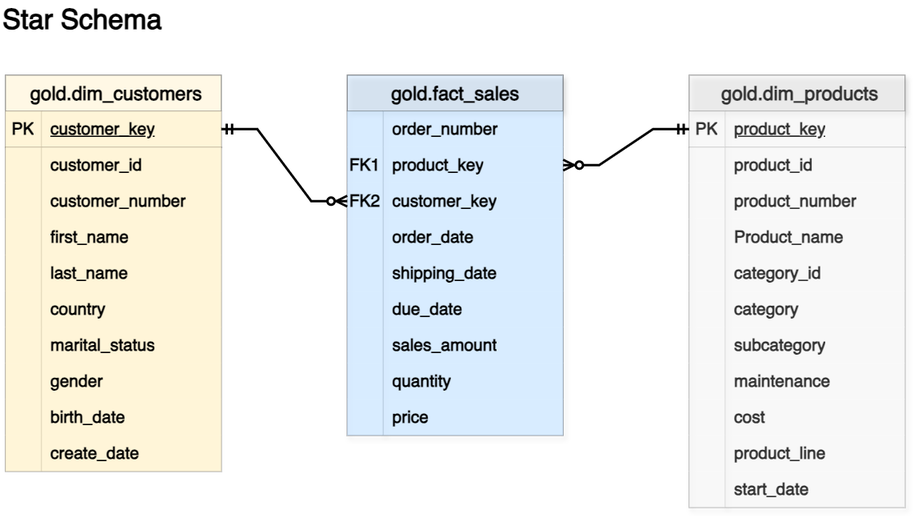
Earlier version of the draw.io export docs/star_schema_gold_layer.png (Injamam001/SQL_Data_Warehouse_Project). Source tidied: cells renumbered, new cells last; positions are measured from the earlier drawing's top-left corner, leaving out a move shared by most shapes.
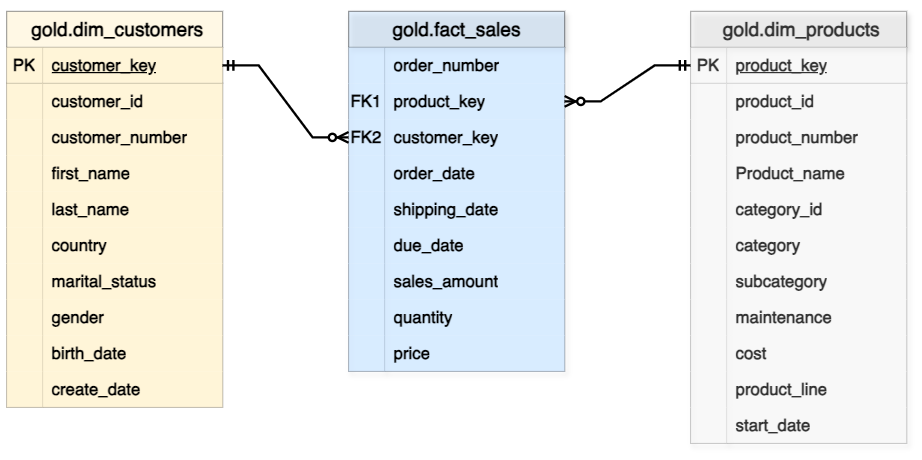
Above is the later version.

Commit message:
updated star schema

Diff of the diagram source:
```diff
@@ -295,8 +295,5 @@
         </Array>
       </mxGeometry>
     </mxCell>
-    <mxCell id="97" value="Star Schema" style="text;html=1;align=left;verticalAlign=middle;whiteSpace=wrap;rounded=0;fontStyle=1;fontSize=23;fontFamily=Helvetica;" parent="1" vertex="1">
-      <mxGeometry x="-0.5" width="189" height="30" as="geometry" />
-    </mxCell>
   </root>
 </mxGraphModel>
```
